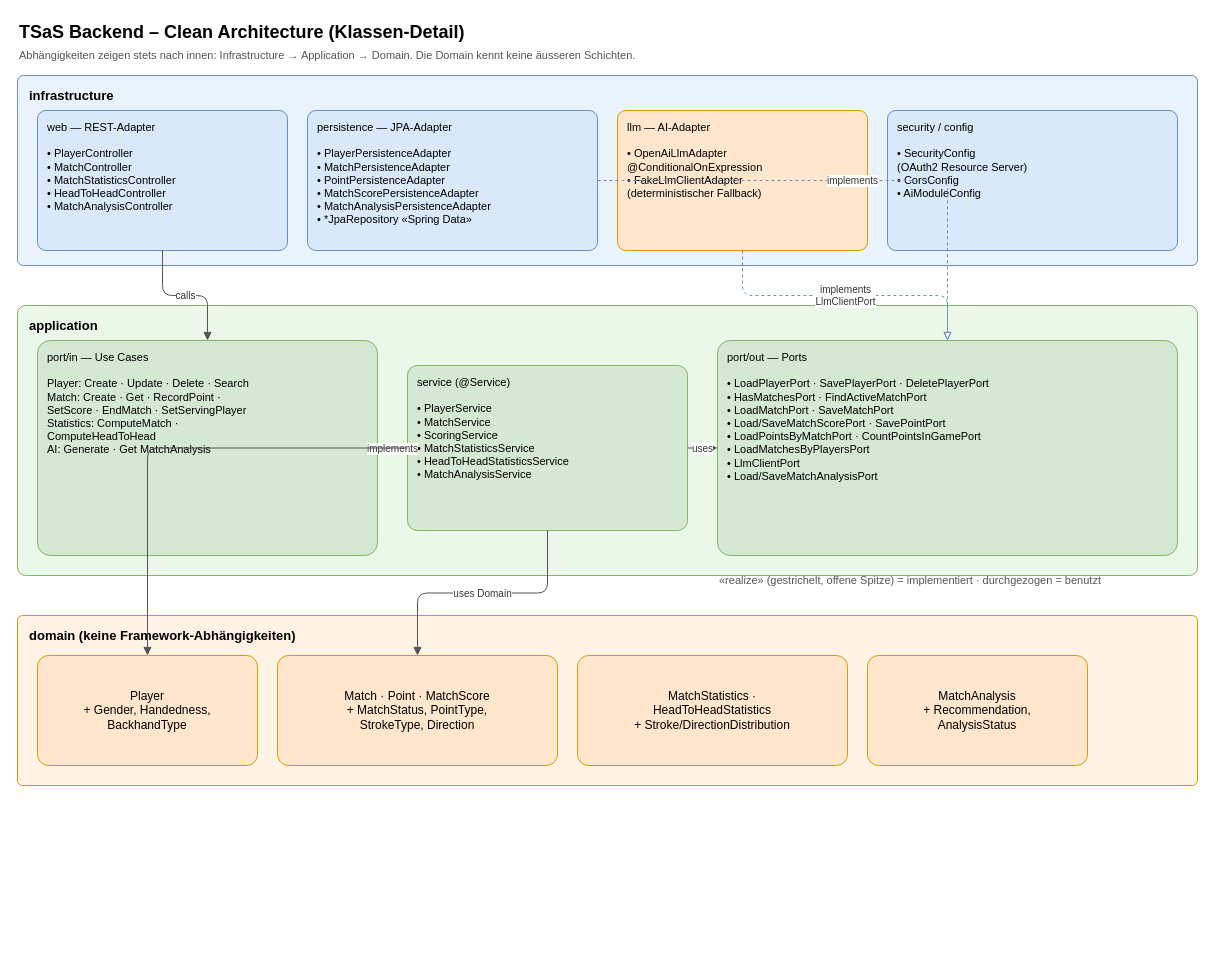
This is doc/sad/diagrams/TSaS_Backend_CleanArchitecture.drawio from cbo1970/tsas, a draw.io file, before an edit. Source tidied: cells renumbered, new cells numbered last; positions are measured from the earlier drawing's top-left corner, leaving out a move shared by most shapes. Both pictures are drawn from the tidied source at 100%, with x=0, y=0 at pixel (17, 17).
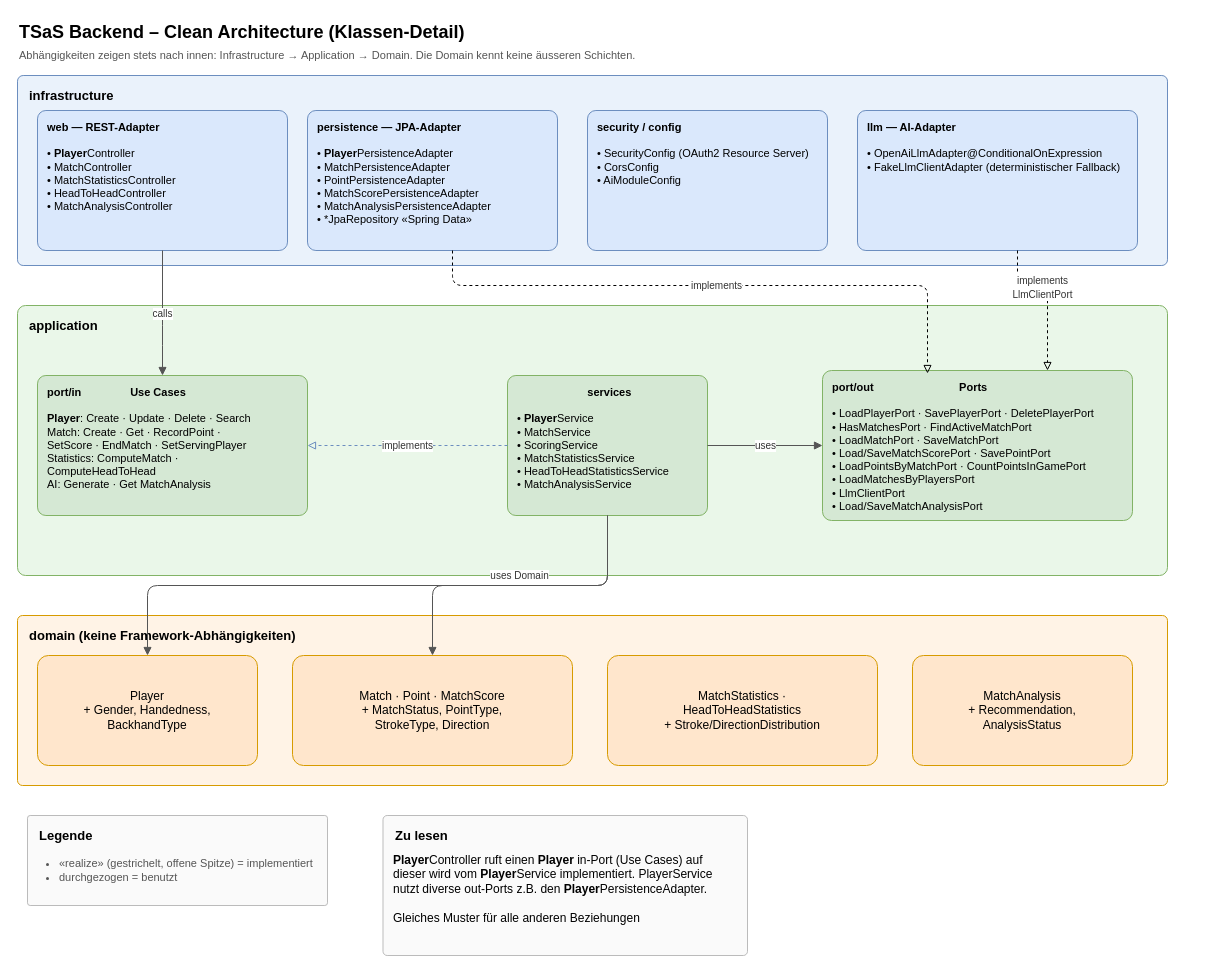
The same diagram, later.

Unchanged cells that the change refers to:
```xml
<mxCell id="14" value="Player&#10;+ Gender, Handedness,&#10;   BackhandType" style="rounded=1;arcSize=10;whiteSpace=wrap;html=1;fillColor=#FFE6CC;strokeColor=#D79B00;fontSize=12;align=center;" parent="1" vertex="1">
  <mxGeometry x="20" y="638" width="220" height="110" as="geometry" />
</mxCell>
```

The edit, as a diff of the source:
```diff
@@
     <mxCell id="4" value="infrastructure" style="rounded=1;arcSize=3;whiteSpace=wrap;html=1;fillColor=#EAF2FB;strokeColor=#6C8EBF;verticalAlign=top;align=left;fontStyle=1;fontSize=13;spacingLeft=10;spacingTop=6;dashed=0;" parent="1" vertex="1">
-      <mxGeometry y="58" width="1180" height="190" as="geometry" />
+      <mxGeometry y="58" width="1150" height="190" as="geometry" />
     </mxCell>
-    <mxCell id="5" value="web — REST-Adapter&#10;&#10;• PlayerController&#10;• MatchController&#10;• MatchStatisticsController&#10;• HeadToHeadController&#10;• MatchAnalysisController" style="rounded=1;arcSize=6;whiteSpace=wrap;html=1;fillColor=#DAE8FC;strokeColor=#6C8EBF;fontSize=11;align=left;verticalAlign=top;spacingLeft=8;spacingTop=4;" parent="1" vertex="1">
+    <mxCell id="5" value="&lt;b&gt;web — REST-Adapter&lt;/b&gt;&lt;br&gt;&lt;br&gt;• &lt;b&gt;Player&lt;/b&gt;Controller&lt;br&gt;• MatchController&lt;br&gt;• MatchStatisticsController&lt;br&gt;• HeadToHeadController&lt;br&gt;• MatchAnalysisController" style="rounded=1;arcSize=6;whiteSpace=wrap;html=1;fillColor=#DAE8FC;strokeColor=#6C8EBF;fontSize=11;align=left;verticalAlign=top;spacingLeft=8;spacingTop=4;" parent="1" vertex="1">
       <mxGeometry x="20" y="93" width="250" height="140" as="geometry" />
     </mxCell>
-    <mxCell id="6" value="persistence — JPA-Adapter&#10;&#10;• PlayerPersistenceAdapter&#10;• MatchPersistenceAdapter&#10;• PointPersistenceAdapter&#10;• MatchScorePersistenceAdapter&#10;• MatchAnalysisPersistenceAdapter&#10;• *JpaRepository «Spring Data»" style="rounded=1;arcSize=6;whiteSpace=wrap;html=1;fillColor=#DAE8FC;strokeColor=#6C8EBF;fontSize=11;align=left;verticalAlign=top;spacingLeft=8;spacingTop=4;" parent="1" vertex="1">
-      <mxGeometry x="290" y="93" width="290" height="140" as="geometry" />
+    <mxCell id="6" value="&lt;b&gt;persistence — JPA-Adapter&lt;/b&gt;&lt;br&gt;&lt;br&gt;• &lt;b&gt;Player&lt;/b&gt;PersistenceAdapter&lt;br&gt;• MatchPersistenceAdapter&lt;br&gt;• PointPersistenceAdapter&lt;br&gt;• MatchScorePersistenceAdapter&lt;br&gt;• MatchAnalysisPersistenceAdapter&lt;br&gt;• *JpaRepository «Spring Data»" style="rounded=1;arcSize=6;whiteSpace=wrap;html=1;fillColor=#DAE8FC;strokeColor=#6C8EBF;fontSize=11;align=left;verticalAlign=top;spacingLeft=8;spacingTop=4;" parent="1" vertex="1">
+      <mxGeometry x="290" y="93" width="250" height="140" as="geometry" />
     </mxCell>
-    <mxCell id="7" value="llm — AI-Adapter&#10;&#10;• OpenAiLlmAdapter&#10;   @ConditionalOnExpression&#10;• FakeLlmClientAdapter&#10;   (deterministischer Fallback)" style="rounded=1;arcSize=6;whiteSpace=wrap;html=1;fillColor=#FFE6CC;strokeColor=#D79B00;fontSize=11;align=left;verticalAlign=top;spacingLeft=8;spacingTop=4;" parent="1" vertex="1">
-      <mxGeometry x="600" y="93" width="250" height="140" as="geometry" />
+    <mxCell id="7" value="&lt;b&gt;llm — AI-Adapter&lt;/b&gt;&lt;br&gt;&lt;br&gt;• OpenAiLlmAdapter@ConditionalOnExpression&lt;br&gt;• FakeLlmClientAdapter (deterministischer Fallback)" style="rounded=1;arcSize=6;whiteSpace=wrap;html=1;fillColor=#dae8fc;strokeColor=#6c8ebf;fontSize=11;align=left;verticalAlign=top;spacingLeft=8;spacingTop=4;" parent="1" vertex="1">
+      <mxGeometry x="840" y="93" width="280" height="140" as="geometry" />
     </mxCell>
-    <mxCell id="8" value="security / config&#10;&#10;• SecurityConfig&#10;   (OAuth2 Resource Server)&#10;• CorsConfig&#10;• AiModuleConfig" style="rounded=1;arcSize=6;whiteSpace=wrap;html=1;fillColor=#DAE8FC;strokeColor=#6C8EBF;fontSize=11;align=left;verticalAlign=top;spacingLeft=8;spacingTop=4;" parent="1" vertex="1">
-      <mxGeometry x="870" y="93" width="290" height="140" as="geometry" />
+    <mxCell id="8" value="&lt;b&gt;security / config&lt;/b&gt;&lt;br&gt;&lt;br&gt;• SecurityConfig (OAuth2 Resource Server)&lt;br&gt;• CorsConfig&lt;br&gt;• AiModuleConfig" style="rounded=1;arcSize=6;whiteSpace=wrap;html=1;fillColor=#DAE8FC;strokeColor=#6C8EBF;fontSize=11;align=left;verticalAlign=top;spacingLeft=8;spacingTop=4;" parent="1" vertex="1">
+      <mxGeometry x="570" y="93" width="240" height="140" as="geometry" />
     </mxCell>
     <mxCell id="9" value="application" style="rounded=1;arcSize=3;whiteSpace=wrap;html=1;fillColor=#EAF7E9;strokeColor=#82B366;verticalAlign=top;align=left;fontStyle=1;fontSize=13;spacingLeft=10;spacingTop=6;dashed=0;" parent="1" vertex="1">
-      <mxGeometry y="288" width="1180" height="270" as="geometry" />
+      <mxGeometry y="288" width="1150" height="270" as="geometry" />
     </mxCell>
-    <mxCell id="10" value="port/in — Use Cases&#10;&#10;Player: Create · Update · Delete · Search&#10;Match: Create · Get · RecordPoint ·&#10;   SetScore · EndMatch · SetServingPlayer&#10;Statistics: ComputeMatch ·&#10;   ComputeHeadToHead&#10;AI: Generate · Get MatchAnalysis" style="rounded=1;arcSize=6;whiteSpace=wrap;html=1;fillColor=#D5E8D4;strokeColor=#82B366;fontSize=11;align=left;verticalAlign=top;spacingLeft=8;spacingTop=4;" parent="1" vertex="1">
-      <mxGeometry x="20" y="323" width="340" height="215" as="geometry" />
+    <mxCell id="10" value="&lt;b&gt;port/in&amp;nbsp; &amp;nbsp; &amp;nbsp; &amp;nbsp; &amp;nbsp; &amp;nbsp; &amp;nbsp; &amp;nbsp; &lt;/b&gt;&lt;b style=&quot;background-color: transparent; color: light-dark(rgb(0, 0, 0), rgb(255, 255, 255));&quot;&gt;Use Cases&lt;/b&gt;&lt;div&gt;&lt;br&gt;&lt;b&gt;Player&lt;/b&gt;: Create · Update · Delete · Search&lt;br&gt;Match: Create · Get · RecordPoint ·&lt;br&gt;   SetScore · EndMatch · SetServingPlayer&lt;br&gt;Statistics: ComputeMatch ·&lt;br&gt;   ComputeHeadToHead&lt;br&gt;AI: Generate · Get MatchAnalysis&lt;/div&gt;" style="rounded=1;arcSize=6;whiteSpace=wrap;html=1;fillColor=#D5E8D4;strokeColor=#82B366;fontSize=11;align=left;verticalAlign=top;spacingLeft=8;spacingTop=4;" parent="1" vertex="1">
+      <mxGeometry x="20" y="358" width="270" height="140" as="geometry" />
     </mxCell>
-    <mxCell id="11" value="service (@Service)&#10;&#10;• PlayerService&#10;• MatchService&#10;• ScoringService&#10;• MatchStatisticsService&#10;• HeadToHeadStatisticsService&#10;• MatchAnalysisService" style="rounded=1;arcSize=6;whiteSpace=wrap;html=1;fillColor=#D5E8D4;strokeColor=#82B366;fontSize=11;align=left;verticalAlign=top;spacingLeft=8;spacingTop=4;" parent="1" vertex="1">
-      <mxGeometry x="390" y="348" width="280" height="165" as="geometry" />
+    <mxCell id="11" value="&lt;b&gt;&amp;nbsp; &amp;nbsp; &amp;nbsp; &amp;nbsp; &amp;nbsp; &amp;nbsp; &amp;nbsp; &amp;nbsp; &amp;nbsp; &amp;nbsp; &amp;nbsp; &amp;nbsp;services&lt;/b&gt;&lt;br&gt;&lt;br&gt;• &lt;b&gt;Player&lt;/b&gt;Service&lt;br&gt;• MatchService&lt;br&gt;• ScoringService&lt;br&gt;• MatchStatisticsService&lt;br&gt;• HeadToHeadStatisticsService&lt;br&gt;• MatchAnalysisService" style="rounded=1;arcSize=6;whiteSpace=wrap;html=1;fillColor=#D5E8D4;strokeColor=#82B366;fontSize=11;align=left;verticalAlign=top;spacingLeft=8;spacingTop=4;" parent="1" vertex="1">
+      <mxGeometry x="490" y="358" width="200" height="140" as="geometry" />
     </mxCell>
-    <mxCell id="12" value="port/out — Ports&#10;&#10;• LoadPlayerPort · SavePlayerPort · DeletePlayerPort&#10;• HasMatchesPort · FindActiveMatchPort&#10;• LoadMatchPort · SaveMatchPort&#10;• Load/SaveMatchScorePort · SavePointPort&#10;• LoadPointsByMatchPort · CountPointsInGamePort&#10;• LoadMatchesByPlayersPort&#10;• LlmClientPort&#10;• Load/SaveMatchAnalysisPort" style="rounded=1;arcSize=6;whiteSpace=wrap;html=1;fillColor=#D5E8D4;strokeColor=#82B366;fontSize=11;align=left;verticalAlign=top;spacingLeft=8;spacingTop=4;" parent="1" vertex="1">
-      <mxGeometry x="700" y="323" width="460" height="215" as="geometry" />
+    <mxCell id="12" value="&lt;b&gt;port/out&amp;nbsp; &amp;nbsp; &amp;nbsp; &amp;nbsp; &amp;nbsp; &amp;nbsp; &amp;nbsp; &amp;nbsp; &amp;nbsp; &amp;nbsp; &amp;nbsp; &amp;nbsp; &amp;nbsp; &amp;nbsp; Ports&lt;br&gt;&lt;/b&gt;&lt;br&gt;• LoadPlayerPort · SavePlayerPort · DeletePlayerPort&lt;br&gt;• HasMatchesPort · FindActiveMatchPort&lt;br&gt;• LoadMatchPort · SaveMatchPort&lt;br&gt;• Load/SaveMatchScorePort · SavePointPort&lt;br&gt;• LoadPointsByMatchPort · CountPointsInGamePort&lt;br&gt;• LoadMatchesByPlayersPort&lt;br&gt;• LlmClientPort&lt;br&gt;• Load/SaveMatchAnalysisPort" style="rounded=1;arcSize=6;whiteSpace=wrap;html=1;fillColor=#D5E8D4;strokeColor=#82B366;fontSize=11;align=left;verticalAlign=top;spacingLeft=8;spacingTop=4;" parent="1" vertex="1">
+      <mxGeometry x="805" y="353" width="310" height="150" as="geometry" />
     </mxCell>
     <mxCell id="13" value="domain  (keine Framework-Abhängigkeiten)" style="rounded=1;arcSize=3;whiteSpace=wrap;html=1;fillColor=#FFF3E6;strokeColor=#D79B00;verticalAlign=top;align=left;fontStyle=1;fontSize=13;spacingLeft=10;spacingTop=6;dashed=0;" parent="1" vertex="1">
-      <mxGeometry y="598" width="1180" height="170" as="geometry" />
+      <mxGeometry y="598" width="1150" height="170" as="geometry" />
     </mxCell>
@@
     <mxCell id="15" value="Match · Point · MatchScore&#10;+ MatchStatus, PointType,&#10;   StrokeType, Direction" style="rounded=1;arcSize=10;whiteSpace=wrap;html=1;fillColor=#FFE6CC;strokeColor=#D79B00;fontSize=12;align=center;" parent="1" vertex="1">
-      <mxGeometry x="260" y="638" width="280" height="110" as="geometry" />
+      <mxGeometry x="275" y="638" width="280" height="110" as="geometry" />
     </mxCell>
     <mxCell id="16" value="MatchStatistics ·&#10;HeadToHeadStatistics&#10;+ Stroke/DirectionDistribution" style="rounded=1;arcSize=10;whiteSpace=wrap;html=1;fillColor=#FFE6CC;strokeColor=#D79B00;fontSize=12;align=center;" parent="1" vertex="1">
-      <mxGeometry x="560" y="638" width="270" height="110" as="geometry" />
+      <mxGeometry x="590" y="638" width="270" height="110" as="geometry" />
     </mxCell>
     <mxCell id="17" value="MatchAnalysis&#10;+ Recommendation,&#10;   AnalysisStatus" style="rounded=1;arcSize=10;whiteSpace=wrap;html=1;fillColor=#FFE6CC;strokeColor=#D79B00;fontSize=12;align=center;" parent="1" vertex="1">
-      <mxGeometry x="850" y="638" width="220" height="110" as="geometry" />
+      <mxGeometry x="895" y="638" width="220" height="110" as="geometry" />
     </mxCell>
     <mxCell id="18" value="calls" style="edgeStyle=orthogonalEdgeStyle;rounded=1;jettySize=auto;html=1;fontSize=10;labelBackgroundColor=#FFFFFF;endArrow=block;strokeColor=#555555;fontColor=#333333;" parent="1" edge="1" source="5" target="10">
-      <mxGeometry relative="1" as="geometry" />
+      <mxGeometry relative="1" as="geometry">
+        <Array as="points">
+          <mxPoint x="145" y="318" />
+          <mxPoint x="145" y="318" />
+        </Array>
+      </mxGeometry>
     </mxCell>
@@
-    <mxCell id="21" value="implements" style="edgeStyle=orthogonalEdgeStyle;rounded=1;jettySize=auto;html=1;fontSize=10;labelBackgroundColor=#FFFFFF;endArrow=block;endFill=0;dashed=1;strokeColor=#6c8ebf;fontColor=#333333;" parent="1" edge="1" source="6" target="12">
-      <mxGeometry relative="1" as="geometry" />
+    <mxCell id="21" value="implements" style="edgeStyle=orthogonalEdgeStyle;rounded=1;jettySize=auto;html=1;fontSize=10;labelBackgroundColor=#FFFFFF;endArrow=block;endFill=0;dashed=1;strokeColor=#000000;fontColor=#333333;" parent="1" edge="1" source="6">
+      <mxGeometry relative="1" as="geometry">
+        <mxPoint x="910" y="356" as="targetPoint" />
+        <Array as="points">
+          <mxPoint x="435" y="268" />
+          <mxPoint x="910" y="268" />
+          <mxPoint x="910" y="357" />
+        </Array>
+      </mxGeometry>
     </mxCell>
-    <mxCell id="22" value="implements&#10;LlmClientPort" style="edgeStyle=orthogonalEdgeStyle;rounded=1;jettySize=auto;html=1;fontSize=10;labelBackgroundColor=#FFFFFF;endArrow=block;endFill=0;dashed=1;strokeColor=#6c8ebf;fontColor=#333333;" parent="1" edge="1" source="7" target="12">
-      <mxGeometry relative="1" as="geometry" />
-    </mxCell>
     <mxCell id="23" value="uses Domain" style="edgeStyle=orthogonalEdgeStyle;rounded=1;jettySize=auto;html=1;fontSize=10;labelBackgroundColor=#FFFFFF;endArrow=block;strokeColor=#555555;fontColor=#333333;" parent="1" edge="1" source="11" target="15">
-      <mxGeometry relative="1" as="geometry" />
+      <mxGeometry y="-10" relative="1" as="geometry" />
     </mxCell>
-    <mxCell id="24" style="edgeStyle=orthogonalEdgeStyle;rounded=1;jettySize=auto;html=1;fontSize=10;labelBackgroundColor=#FFFFFF;endArrow=block;strokeColor=#555555;fontColor=#333333;" parent="1" edge="1" source="11" target="14">
-      <mxGeometry relative="1" as="geometry" />
+    <mxCell id="24" style="edgeStyle=orthogonalEdgeStyle;rounded=1;jettySize=auto;html=1;fontSize=10;labelBackgroundColor=#FFFFFF;endArrow=block;strokeColor=#555555;fontColor=#333333;exitX=0.5;exitY=1;exitDx=0;exitDy=0;" parent="1" edge="1" source="11" target="14">
+      <mxGeometry relative="1" as="geometry">
+        <Array as="points">
+          <mxPoint x="590" y="568" />
+          <mxPoint x="130" y="568" />
+        </Array>
+      </mxGeometry>
     </mxCell>
+    <mxCell id="26" style="edgeStyle=orthogonalEdgeStyle;rounded=1;jettySize=auto;html=1;curved=0;dashed=1;endArrow=block;endFill=0;" parent="1" edge="1" source="7">
+      <mxGeometry relative="1" as="geometry">
+        <mxPoint x="1030" y="353" as="targetPoint" />
+        <Array as="points">
+          <mxPoint x="1000" y="268" />
+          <mxPoint x="1030" y="268" />
+          <mxPoint x="1030" y="353" />
+        </Array>
+      </mxGeometry>
+    </mxCell>
+    <mxCell id="22" value="&lt;span style=&quot;color: rgb(51, 51, 51); font-size: 10px;&quot;&gt;implements&lt;/span&gt;&lt;br style=&quot;color: rgb(51, 51, 51); font-size: 10px;&quot;&gt;&lt;span style=&quot;color: rgb(51, 51, 51); font-size: 10px;&quot;&gt;LlmClientPort&lt;/span&gt;" style="edgeLabel;html=1;align=center;verticalAlign=middle;" parent="26" vertex="1">
+      <mxGeometry x="-0.21" y="-1" relative="1" as="geometry" />
+    </mxCell>
+    <mxCell id="27" style="group;" parent="1" vertex="1">
+      <mxGeometry y="798" width="310" height="90" as="geometry" />
+    </mxCell>
+    <mxCell id="28" value="Legende" style="rounded=1;arcSize=3;whiteSpace=wrap;html=1;fillColor=#FAFAFA;strokeColor=#BBBBBB;verticalAlign=top;align=left;fontStyle=1;fontSize=13;spacingLeft=10;spacingTop=6;dashed=0;" parent="27" vertex="1">
+      <mxGeometry x="10" width="300" height="90" as="geometry" />
+    </mxCell>
-    <mxCell id="25" value="«realize» (gestrichelt, offene Spitze) = implementiert · durchgezogen = benutzt" style="text;html=1;strokeColor=none;fillColor=none;align=left;verticalAlign=middle;fontSize=11;fontColor=#555555;" parent="1" vertex="1">
-      <mxGeometry x="700" y="548" width="460" height="30" as="geometry" />
+    <mxCell id="25" value="&lt;ul&gt;&lt;li&gt;«realize» (gestrichelt, offene Spitze) = implementiert&lt;/li&gt;&lt;li&gt;durchgezogen = benutzt&lt;/li&gt;&lt;/ul&gt;" style="text;html=1;strokeColor=none;fillColor=none;align=left;verticalAlign=middle;fontSize=11;fontColor=#555555;" parent="27" vertex="1">
+      <mxGeometry y="30" width="280" height="50" as="geometry" />
     </mxCell>
+    <mxCell id="29" style="group;" parent="1" vertex="1">
+      <mxGeometry x="350" y="798" width="480" height="140" as="geometry" />
+    </mxCell>
+    <mxCell id="30" value="Zu lesen" style="rounded=1;arcSize=3;whiteSpace=wrap;html=1;fillColor=#FAFAFA;strokeColor=#BBBBBB;verticalAlign=top;align=left;fontStyle=1;fontSize=13;spacingLeft=10;spacingTop=6;dashed=0;" parent="29" vertex="1">
+      <mxGeometry x="15.5" width="364.5" height="140" as="geometry" />
+    </mxCell>
+    <mxCell id="31" value="&lt;b style=&quot;background-color: transparent; color: light-dark(rgb(0, 0, 0), rgb(255, 255, 255));&quot;&gt;Player&lt;/b&gt;&lt;span style=&quot;background-color: transparent; color: light-dark(rgb(0, 0, 0), rgb(255, 255, 255));&quot;&gt;Controller ruft einen &lt;/span&gt;&lt;b style=&quot;background-color: transparent; color: light-dark(rgb(0, 0, 0), rgb(255, 255, 255));&quot;&gt;Player&lt;/b&gt;&lt;span style=&quot;background-color: transparent; color: light-dark(rgb(0, 0, 0), rgb(255, 255, 255));&quot;&gt; in-Port (Use Cases) auf dieser wird vom &lt;/span&gt;&lt;b style=&quot;background-color: transparent; color: light-dark(rgb(0, 0, 0), rgb(255, 255, 255));&quot;&gt;Player&lt;/b&gt;&lt;span style=&quot;background-color: transparent; color: light-dark(rgb(0, 0, 0), rgb(255, 255, 255));&quot;&gt;Service implementiert. PlayerService nutzt diverse out-Ports z.B. den &lt;/span&gt;&lt;b style=&quot;background-color: transparent; color: light-dark(rgb(0, 0, 0), rgb(255, 255, 255));&quot;&gt;Player&lt;/b&gt;&lt;span style=&quot;background-color: transparent; color: light-dark(rgb(0, 0, 0), rgb(255, 255, 255));&quot;&gt;PersistenceAdapter.&lt;/span&gt;&lt;div&gt;&lt;br&gt;&lt;/div&gt;&lt;div&gt;Gleiches Muster für alle anderen Beziehungen&lt;/div&gt;" style="text;html=1;whiteSpace=wrap;strokeColor=none;fillColor=none;align=left;verticalAlign=top;rounded=0;" parent="29" vertex="1">
+      <mxGeometry x="23.7" y="31" width="341.5" height="92" as="geometry" />
+    </mxCell>
```
